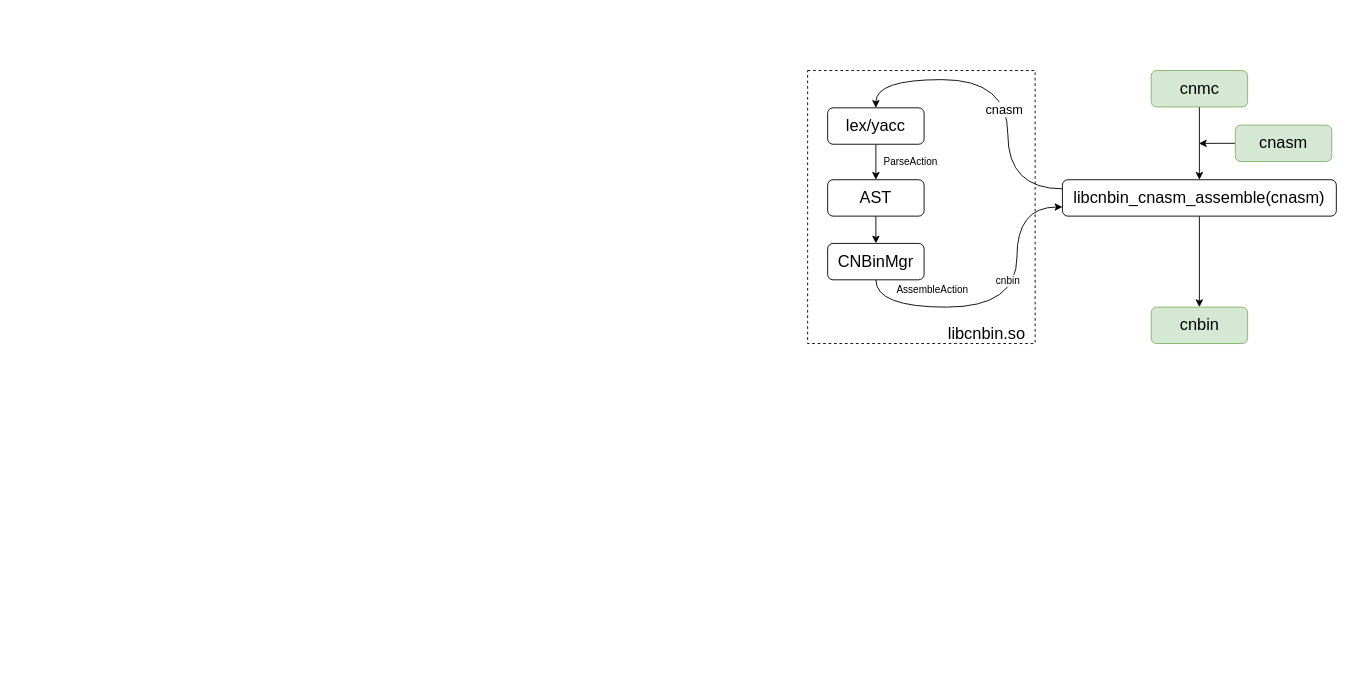
Above: cnasm总体设计.drawio in liyp1120/draw.io (draw.io), before the change. Source tidied: cells renumbered, new cells numbered last; positions are measured from the earlier drawing's top-left corner, leaving out a move shared by most shapes. Both pictures are drawn from the tidied source at 91%, with x=0, y=0 at pixel (807, 70).
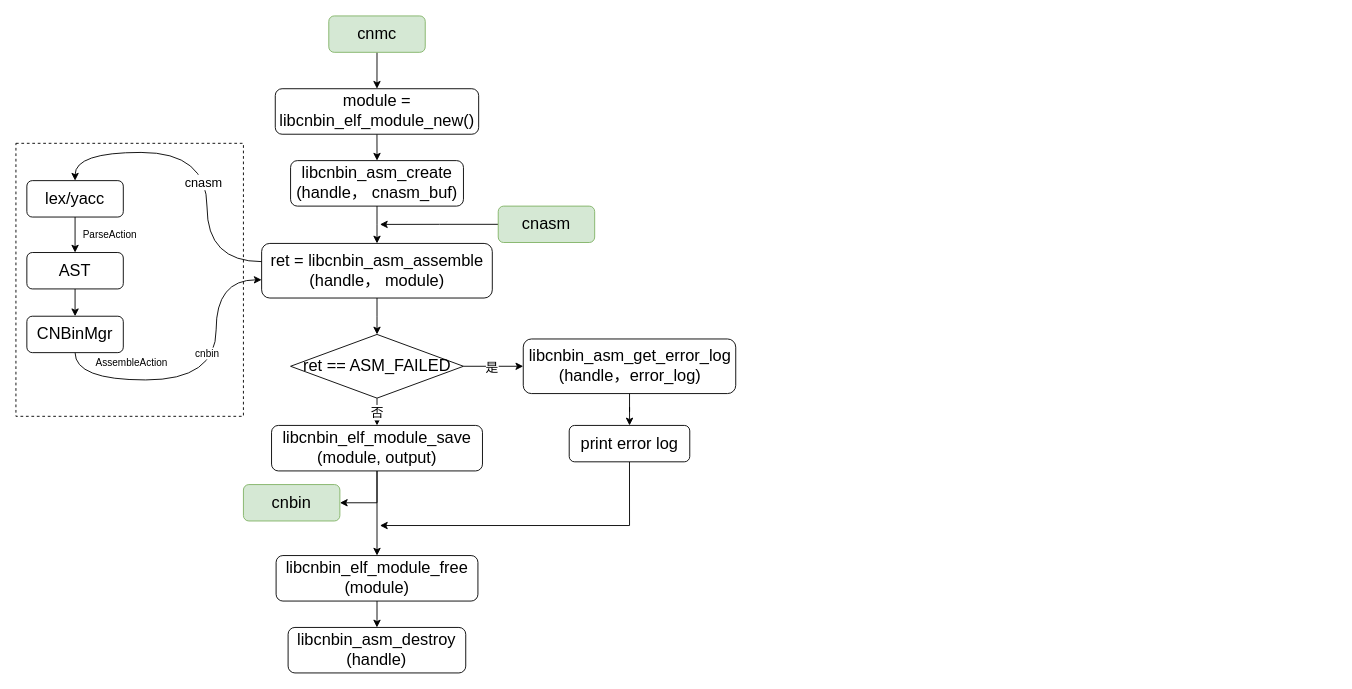
The same diagram, later.

Commit message:
更新cnasm总体设计.drawio

The edit, as a diff of the source:
```diff
@@
-    <mxCell id="2" style="edgeStyle=orthogonalEdgeStyle;curved=1;rounded=0;jettySize=auto;html=1;exitX=0;exitY=0.5;exitDx=0;exitDy=0;" parent="1" edge="1" source="3">
-      <mxGeometry relative="1" as="geometry">
-        <mxPoint x="430" y="80.1" as="targetPoint" />
-      </mxGeometry>
-    </mxCell>
+    <mxCell id="22" style="edgeStyle=orthogonalEdgeStyle;rounded=0;jettySize=auto;html=1;exitX=0.5;exitY=1;exitDx=0;exitDy=0;entryX=0.5;entryY=0;entryDx=0;entryDy=0;" parent="1" edge="1" source="5" target="35">
+      <mxGeometry relative="1" as="geometry" />
+    </mxCell>
+    <mxCell id="5" value="&lt;span style=&quot;font-size: 18px;&quot;&gt;cnmc&lt;/span&gt;" style="rounded=1;whiteSpace=wrap;html=1;fontSize=12;glass=0;strokeWidth=1;shadow=0;fillColor=#d5e8d4;strokeColor=#82b366;" parent="1" vertex="1">
+      <mxGeometry x="-526.2" y="-60" width="106" height="40" as="geometry" />
+    </mxCell>
+    <mxCell id="9" value="&lt;font style=&quot;font-size: 18px;&quot;&gt;cnbin&lt;/font&gt;" style="rounded=1;whiteSpace=wrap;html=1;fontSize=12;glass=0;strokeWidth=1;shadow=0;fillColor=#d5e8d4;strokeColor=#82b366;" parent="1" vertex="1">
+      <mxGeometry x="-620" y="455" width="106" height="40" as="geometry" />
+    </mxCell>
+    <mxCell id="23" style="edgeStyle=orthogonalEdgeStyle;rounded=0;jettySize=auto;html=1;" parent="1" edge="1" source="24" target="31">
+      <mxGeometry relative="1" as="geometry" />
+    </mxCell>
+    <mxCell id="24" value="&lt;span style=&quot;font-size: 18px;&quot;&gt;ret = libcnbin_asm_assemble&lt;br&gt;(handle， module)&lt;/span&gt;" style="rounded=1;whiteSpace=wrap;html=1;fontSize=12;glass=0;strokeWidth=1;shadow=0;" parent="1" vertex="1">
+      <mxGeometry x="-600" y="190" width="253.5" height="60" as="geometry" />
+    </mxCell>
+    <mxCell id="25" style="edgeStyle=orthogonalEdgeStyle;rounded=0;jettySize=auto;html=1;" parent="1" edge="1" source="26" target="24">
+      <mxGeometry relative="1" as="geometry" />
+    </mxCell>
+    <mxCell id="26" value="&lt;span style=&quot;font-size: 18px;&quot;&gt;libcnbin_asm_create&lt;br&gt;(handle， cnasm_buf)&lt;/span&gt;" style="rounded=1;whiteSpace=wrap;html=1;fontSize=12;glass=0;strokeWidth=1;shadow=0;" parent="1" vertex="1">
+      <mxGeometry x="-568.2" y="99" width="190" height="50" as="geometry" />
+    </mxCell>
+    <mxCell id="27" style="edgeStyle=orthogonalEdgeStyle;rounded=0;jettySize=auto;html=1;" parent="1" edge="1" source="31" target="33">
+      <mxGeometry relative="1" as="geometry" />
+    </mxCell>
+    <mxCell id="28" value="&lt;font style=&quot;font-size: 14px;&quot;&gt;是&lt;/font&gt;" style="edgeLabel;html=1;align=center;verticalAlign=middle;" parent="27" vertex="1">
+      <mxGeometry x="-0.06" y="-1" relative="1" as="geometry" />
+    </mxCell>
+    <mxCell id="29" style="edgeStyle=orthogonalEdgeStyle;rounded=0;jettySize=auto;html=1;" parent="1" edge="1" source="31" target="38">
+      <mxGeometry relative="1" as="geometry" />
+    </mxCell>
+    <mxCell id="30" value="&lt;font style=&quot;font-size: 14px;&quot;&gt;否&lt;/font&gt;" style="edgeLabel;html=1;align=center;verticalAlign=middle;" parent="29" vertex="1">
+      <mxGeometry x="-0.41" relative="1" as="geometry" />
+    </mxCell>
+    <mxCell id="31" value="&lt;font style=&quot;font-size: 18px;&quot;&gt;ret == ASM_FAILED&lt;/font&gt;" style="rhombus;whiteSpace=wrap;html=1;" parent="1" vertex="1">
+      <mxGeometry x="-568.2" y="290" width="190" height="70" as="geometry" />
+    </mxCell>
+    <mxCell id="32" style="edgeStyle=orthogonalEdgeStyle;rounded=0;jettySize=auto;html=1;" parent="1" edge="1" source="33" target="43">
+      <mxGeometry relative="1" as="geometry" />
+    </mxCell>
+    <mxCell id="33" value="&lt;span style=&quot;font-size: 18px;&quot;&gt;libcnbin_asm_get_error_log&lt;br&gt;(handle，error_log)&lt;/span&gt;" style="rounded=1;whiteSpace=wrap;html=1;fontSize=12;glass=0;strokeWidth=1;shadow=0;" parent="1" vertex="1">
+      <mxGeometry x="-312.5" y="295" width="233.5" height="60" as="geometry" />
+    </mxCell>
+    <mxCell id="34" style="edgeStyle=orthogonalEdgeStyle;rounded=0;jettySize=auto;html=1;exitX=0.5;exitY=1;exitDx=0;exitDy=0;entryX=0.5;entryY=0;entryDx=0;entryDy=0;" parent="1" edge="1" source="35" target="26">
+      <mxGeometry relative="1" as="geometry" />
+    </mxCell>
+    <mxCell id="35" value="&lt;span style=&quot;font-size: 18px;&quot;&gt;module = &lt;br&gt;libcnbin_elf_module_new()&lt;/span&gt;" style="rounded=1;whiteSpace=wrap;html=1;fontSize=12;glass=0;strokeWidth=1;shadow=0;" parent="1" vertex="1">
+      <mxGeometry x="-585" y="20" width="223.5" height="50" as="geometry" />
+    </mxCell>
+    <mxCell id="36" style="edgeStyle=orthogonalEdgeStyle;rounded=0;jettySize=auto;html=1;" parent="1" edge="1" source="38" target="40">
+      <mxGeometry relative="1" as="geometry" />
+    </mxCell>
+    <mxCell id="37" style="edgeStyle=orthogonalEdgeStyle;rounded=0;jettySize=auto;html=1;exitX=0.5;exitY=1;exitDx=0;exitDy=0;entryX=1;entryY=0.5;entryDx=0;entryDy=0;" parent="1" edge="1" source="38" target="9">
+      <mxGeometry relative="1" as="geometry" />
+    </mxCell>
+    <mxCell id="38" value="&lt;span style=&quot;font-size: 18px;&quot;&gt;libcnbin_elf_module_save&lt;br&gt;(module, output)&lt;/span&gt;" style="rounded=1;whiteSpace=wrap;html=1;fontSize=12;glass=0;strokeWidth=1;shadow=0;" parent="1" vertex="1">
+      <mxGeometry x="-589.1" y="390" width="231.8" height="50" as="geometry" />
+    </mxCell>
+    <mxCell id="39" style="edgeStyle=orthogonalEdgeStyle;rounded=0;jettySize=auto;html=1;" parent="1" edge="1" source="40" target="41">
+      <mxGeometry relative="1" as="geometry" />
+    </mxCell>
+    <mxCell id="40" value="&lt;span style=&quot;font-size: 18px;&quot;&gt;libcnbin_elf_module_free&lt;br&gt;(module)&lt;/span&gt;" style="rounded=1;whiteSpace=wrap;html=1;fontSize=12;glass=0;strokeWidth=1;shadow=0;" parent="1" vertex="1">
+      <mxGeometry x="-584.1" y="533" width="221.8" height="50" as="geometry" />
+    </mxCell>
+    <mxCell id="41" value="&lt;span style=&quot;font-size: 18px;&quot;&gt;libcnbin_asm_destroy&lt;br&gt;(handle)&lt;/span&gt;" style="rounded=1;whiteSpace=wrap;html=1;fontSize=12;glass=0;strokeWidth=1;shadow=0;" parent="1" vertex="1">
+      <mxGeometry x="-570.9" y="612" width="195.2" height="50" as="geometry" />
+    </mxCell>
+    <mxCell id="42" style="edgeStyle=orthogonalEdgeStyle;rounded=0;jettySize=auto;html=1;exitX=0.5;exitY=1;exitDx=0;exitDy=0;" parent="1" edge="1" source="43">
+      <mxGeometry relative="1" as="geometry">
+        <mxPoint x="-470" y="500" as="targetPoint" />
+        <Array as="points">
+          <mxPoint x="-196" y="500" />
+        </Array>
+      </mxGeometry>
+    </mxCell>
+    <mxCell id="43" value="&lt;span style=&quot;font-size: 18px;&quot;&gt;print error log&lt;/span&gt;" style="rounded=1;whiteSpace=wrap;html=1;fontSize=12;glass=0;strokeWidth=1;shadow=0;" parent="1" vertex="1">
+      <mxGeometry x="-262" y="390" width="132.5" height="40" as="geometry" />
+    </mxCell>
+    <mxCell id="44" style="rounded=0;whiteSpace=wrap;html=1;fillColor=none;dashed=1;" parent="1" vertex="1">
+      <mxGeometry x="-870" y="80" width="250" height="300" as="geometry" />
+    </mxCell>
+    <mxCell id="45" style="edgeStyle=orthogonalEdgeStyle;rounded=0;jettySize=auto;html=1;exitX=0;exitY=0.5;exitDx=0;exitDy=0;" parent="1" edge="1" source="3">
+      <mxGeometry relative="1" as="geometry">
+        <mxPoint x="-470" y="169.1" as="targetPoint" />
+      </mxGeometry>
+    </mxCell>
     <mxCell id="3" value="&lt;font style=&quot;font-size: 18px;&quot;&gt;cnasm&lt;/font&gt;" style="rounded=1;whiteSpace=wrap;html=1;fontSize=12;glass=0;strokeWidth=1;shadow=0;fillColor=#d5e8d4;strokeColor=#82b366;" parent="1" vertex="1">
-      <mxGeometry x="470" y="60" width="106" height="40" as="geometry" />
+      <mxGeometry x="-340" y="149" width="106" height="40" as="geometry" />
     </mxCell>
-    <mxCell id="4" style="edgeStyle=orthogonalEdgeStyle;rounded=0;jettySize=auto;html=1;exitX=0.5;exitY=1;exitDx=0;exitDy=0;entryX=0.5;entryY=0;entryDx=0;entryDy=0;" parent="1" edge="1" source="5" target="20">
-      <mxGeometry relative="1" as="geometry" />
-    </mxCell>
-    <mxCell id="5" value="&lt;span style=&quot;font-size: 18px;&quot;&gt;cnmc&lt;/span&gt;" style="rounded=1;whiteSpace=wrap;html=1;fontSize=12;glass=0;strokeWidth=1;shadow=0;fillColor=#d5e8d4;strokeColor=#82b366;" parent="1" vertex="1">
-      <mxGeometry x="377.5" width="106" height="40" as="geometry" />
-    </mxCell>
@@
     <mxCell id="8" value="&lt;font style=&quot;font-size: 18px;&quot;&gt;lex/yacc&lt;/font&gt;" style="rounded=1;whiteSpace=wrap;html=1;fontSize=12;glass=0;strokeWidth=1;shadow=0;" parent="1" vertex="1">
-      <mxGeometry x="22" y="41" width="106" height="40" as="geometry" />
+      <mxGeometry x="-858" y="121" width="106" height="40" as="geometry" />
     </mxCell>
-    <mxCell id="9" value="&lt;font style=&quot;font-size: 18px;&quot;&gt;cnbin&lt;/font&gt;" style="rounded=1;whiteSpace=wrap;html=1;fontSize=12;glass=0;strokeWidth=1;shadow=0;fillColor=#d5e8d4;strokeColor=#82b366;" parent="1" vertex="1">
-      <mxGeometry x="377.5" y="260" width="106" height="40" as="geometry" />
-    </mxCell>
@@
     <mxCell id="11" value="&lt;span style=&quot;font-size: 18px;&quot;&gt;AST&lt;/span&gt;" style="rounded=1;whiteSpace=wrap;html=1;fontSize=12;glass=0;strokeWidth=1;shadow=0;" parent="1" vertex="1">
-      <mxGeometry x="22" y="120" width="106" height="40" as="geometry" />
+      <mxGeometry x="-858" y="200" width="106" height="40" as="geometry" />
     </mxCell>
-    <mxCell id="12" style="edgeStyle=orthogonalEdgeStyle;curved=1;rounded=0;jettySize=auto;html=1;exitX=0.5;exitY=1;exitDx=0;exitDy=0;entryX=0;entryY=0.75;entryDx=0;entryDy=0;" parent="1" edge="1" source="15" target="20">
-      <mxGeometry relative="1" as="geometry">
-        <Array as="points">
-          <mxPoint x="75" y="260" />
-          <mxPoint x="230" y="260" />
-          <mxPoint x="230" y="150" />
-        </Array>
-      </mxGeometry>
-    </mxCell>
+    <mxCell id="46" style="edgeStyle=orthogonalEdgeStyle;curved=1;rounded=0;jettySize=auto;html=1;exitX=0.5;exitY=1;exitDx=0;exitDy=0;entryX=0;entryY=0.75;entryDx=0;entryDy=0;" parent="1" edge="1" source="15">
+      <mxGeometry relative="1" as="geometry">
+        <mxPoint x="-600" y="230" as="targetPoint" />
+        <Array as="points">
+          <mxPoint x="-805" y="340" />
+          <mxPoint x="-650" y="340" />
+          <mxPoint x="-650" y="230" />
+        </Array>
+      </mxGeometry>
+    </mxCell>
-    <mxCell id="13" value="AssembleAction" style="edgeLabel;html=1;align=center;verticalAlign=middle;" parent="12" vertex="1">
+    <mxCell id="13" value="AssembleAction" style="edgeLabel;html=1;align=center;verticalAlign=middle;" parent="46" vertex="1">
       <mxGeometry x="-0.52" y="-2" relative="1" as="geometry">
         <mxPoint x="8" y="-22" as="offset" />
       </mxGeometry>
     </mxCell>
-    <mxCell id="14" value="cnbin" style="edgeLabel;html=1;align=center;verticalAlign=middle;" parent="12" vertex="1">
+    <mxCell id="14" value="cnbin" style="edgeLabel;html=1;align=center;verticalAlign=middle;" parent="46" vertex="1">
       <mxGeometry x="-0.13" y="6" relative="1" as="geometry">
         <mxPoint x="24" y="-24" as="offset" />
       </mxGeometry>
     </mxCell>
     <mxCell id="15" value="&lt;span style=&quot;font-size: 18px;&quot;&gt;CNBinMgr&lt;/span&gt;" style="rounded=1;whiteSpace=wrap;html=1;fontSize=12;glass=0;strokeWidth=1;shadow=0;" parent="1" vertex="1">
-      <mxGeometry x="22" y="190" width="106" height="40" as="geometry" />
+      <mxGeometry x="-858" y="270" width="106" height="40" as="geometry" />
     </mxCell>
-    <mxCell id="16" style="rounded=0;whiteSpace=wrap;html=1;fillColor=none;dashed=1;" parent="1" vertex="1">
-      <mxGeometry width="250" height="300" as="geometry" />
-    </mxCell>
-    <mxCell id="17" style="edgeStyle=orthogonalEdgeStyle;rounded=0;jettySize=auto;html=1;exitX=0.5;exitY=1;exitDx=0;exitDy=0;entryX=0.5;entryY=0;entryDx=0;entryDy=0;" parent="1" edge="1" source="20" target="9">
-      <mxGeometry relative="1" as="geometry" />
-    </mxCell>
-    <mxCell id="18" style="edgeStyle=orthogonalEdgeStyle;rounded=0;jettySize=auto;html=1;exitX=0;exitY=0.25;exitDx=0;exitDy=0;curved=1;entryX=0.5;entryY=0;entryDx=0;entryDy=0;" parent="1" edge="1" source="20" target="8">
-      <mxGeometry relative="1" as="geometry">
-        <Array as="points">
-          <mxPoint x="220" y="130" />
-          <mxPoint x="220" y="10" />
-          <mxPoint x="75" y="10" />
-        </Array>
-      </mxGeometry>
-    </mxCell>
+    <mxCell id="47" style="edgeStyle=orthogonalEdgeStyle;rounded=0;jettySize=auto;html=1;exitX=0;exitY=0.25;exitDx=0;exitDy=0;curved=1;entryX=0.5;entryY=0;entryDx=0;entryDy=0;" parent="1" edge="1" target="8">
+      <mxGeometry relative="1" as="geometry">
+        <mxPoint x="-600" y="210" as="sourcePoint" />
+        <Array as="points">
+          <mxPoint x="-660" y="210" />
+          <mxPoint x="-660" y="90" />
+          <mxPoint x="-805" y="90" />
+        </Array>
+      </mxGeometry>
+    </mxCell>
-    <mxCell id="19" value="&lt;font style=&quot;font-size: 14px;&quot;&gt;cnasm&lt;/font&gt;" style="edgeLabel;html=1;align=center;verticalAlign=middle;" parent="18" vertex="1">
+    <mxCell id="19" value="&lt;font style=&quot;font-size: 14px;&quot;&gt;cnasm&lt;/font&gt;" style="edgeLabel;html=1;align=center;verticalAlign=middle;" parent="47" vertex="1">
       <mxGeometry x="-0.17" y="5" relative="1" as="geometry" />
     </mxCell>
-    <mxCell id="20" value="&lt;span style=&quot;font-size: 18px;&quot;&gt;libcnbin_cnasm_assemble(cnasm)&lt;/span&gt;" style="rounded=1;whiteSpace=wrap;html=1;fontSize=12;glass=0;strokeWidth=1;shadow=0;" parent="1" vertex="1">
-      <mxGeometry x="280" y="120" width="301" height="40" as="geometry" />
-    </mxCell>
-    <mxCell id="21" value="&lt;font style=&quot;font-size: 18px;&quot;&gt;libcnbin.so&lt;/font&gt;" style="rounded=1;whiteSpace=wrap;html=1;fontSize=12;glass=0;strokeWidth=1;shadow=0;fillColor=none;strokeColor=none;" parent="1" vertex="1">
-      <mxGeometry x="144" y="280" width="106" height="20" as="geometry" />
-    </mxCell>
```
